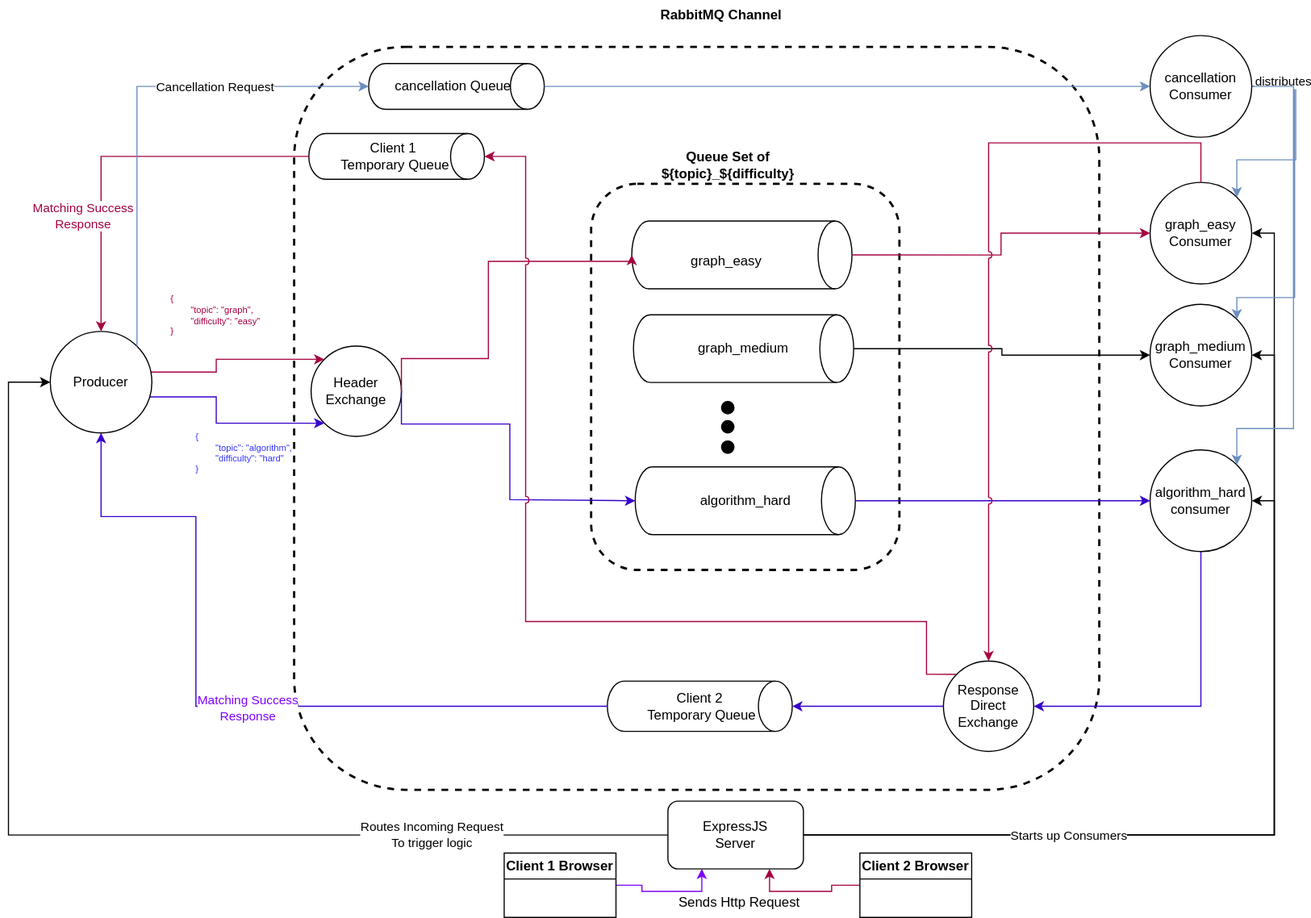
The draw.io diagram matchingService/assets/MatchingServiceFlow.drawio.svg in CS3219-AY2425S1/nus-cs3219-ay2425s1-cs3219-ay2425s1-project-project-template, before a commit. Source tidied: cells renumbered, new cells last; positions are measured from the earlier drawing's top-left corner, leaving out a move shared by most shapes.
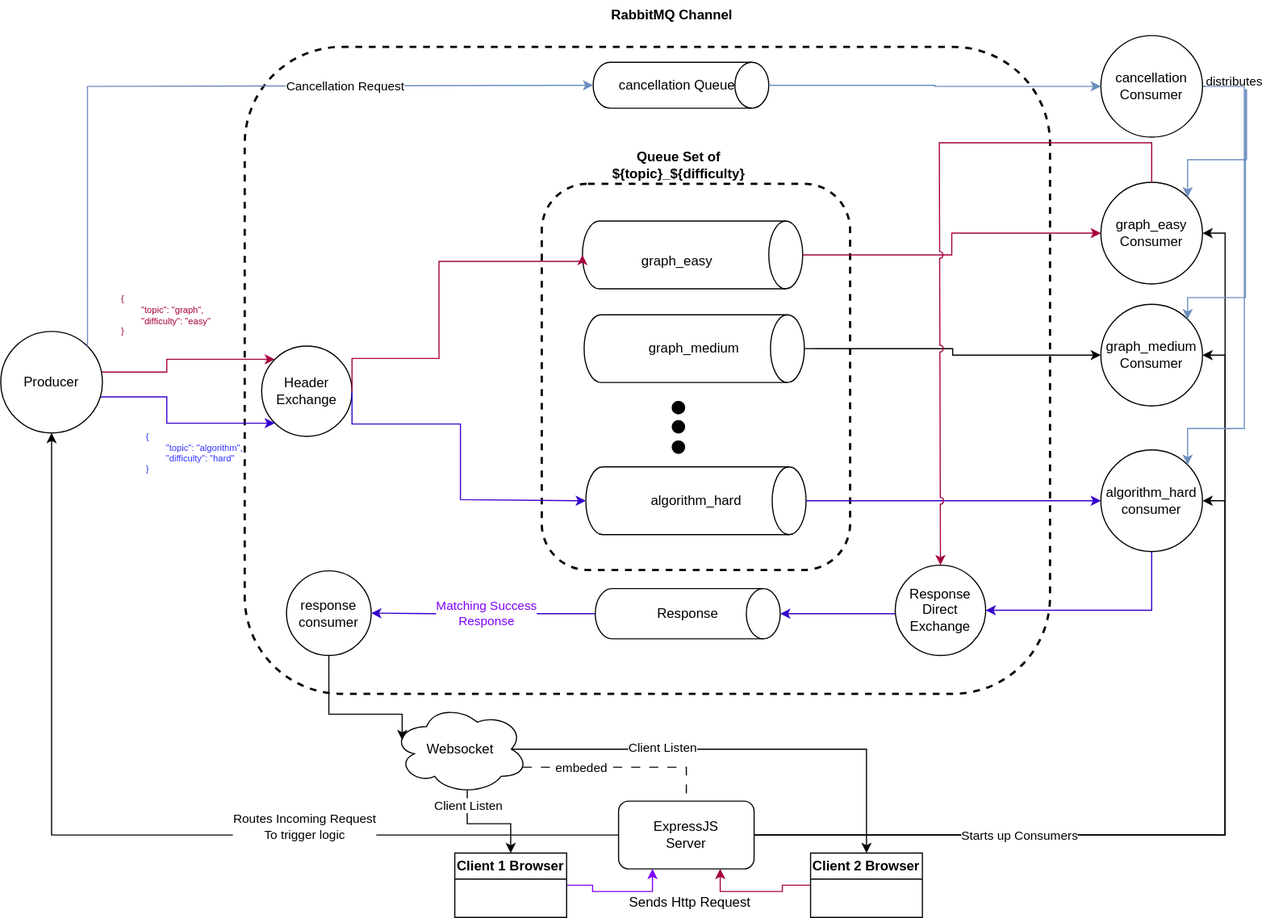
The same file after the commit.

Commit message:
updated high level implememtation diagram

What changed in the source:
```diff
@@ -3,7 +3,7 @@
     <mxCell id="0" />
     <mxCell id="1" parent="0" />
     <mxCell id="2" style="rounded=1;whiteSpace=wrap;html=1;dashed=1;strokeWidth=2;fillColor=none;" parent="1" vertex="1">
-      <mxGeometry x="253" y="43" width="713" height="658" as="geometry" />
+      <mxGeometry x="253" y="43" width="713" height="573" as="geometry" />
     </mxCell>
     <mxCell id="3" style="rounded=1;whiteSpace=wrap;html=1;dashed=1;strokeWidth=2;fillColor=none;" parent="1" vertex="1">
       <mxGeometry x="516" y="164.2" width="273" height="342" as="geometry" />
@@ -50,22 +50,13 @@
     <mxCell id="17" value="Queue Set of ${topic}_${difficulty}" style="text;html=1;align=center;verticalAlign=middle;whiteSpace=wrap;rounded=0;fontStyle=1;" parent="1" vertex="1">
       <mxGeometry x="563.5" y="133" width="147" height="30" as="geometry" />
     </mxCell>
-    <mxCell id="18" style="group;dashed=1;" parent="1" vertex="1">
-      <mxGeometry x="258" y="110" width="137" height="107.8" as="geometry" />
-    </mxCell>
-    <mxCell id="19" style="shape=cylinder3;whiteSpace=wrap;html=1;boundedLbl=1;backgroundOutline=1;size=15;rotation=90;fixDash=1;" parent="18" vertex="1">
-      <mxGeometry x="65.4" y="-47.8" width="40.6" height="155.5" as="geometry" />
-    </mxCell>
-    <mxCell id="20" value="Client 1&lt;div&gt;&amp;nbsp;Temporary Queue&lt;/div&gt;" style="text;html=1;align=center;verticalAlign=middle;whiteSpace=wrap;rounded=0;" parent="18" vertex="1">
-      <mxGeometry x="28.6" y="9.5" width="108.4" height="41" as="geometry" />
-    </mxCell>
     <mxCell id="21" style="group;" parent="1" vertex="1">
-      <mxGeometry x="505" y="597" width="195" height="135.2" as="geometry" />
+      <mxGeometry x="538" y="515" width="195" height="135.2" as="geometry" />
     </mxCell>
     <mxCell id="22" style="shape=cylinder3;whiteSpace=wrap;html=1;boundedLbl=1;backgroundOutline=1;size=15;rotation=90;" parent="21" vertex="1">
       <mxGeometry x="85" y="-51.9" width="44.5" height="163.8" as="geometry" />
     </mxCell>
-    <mxCell id="23" value="Client 2&lt;div&gt;&amp;nbsp;Temporary Queue&lt;/div&gt;" style="text;html=1;align=center;verticalAlign=middle;whiteSpace=wrap;rounded=0;" parent="21" vertex="1">
+    <mxCell id="23" value="Response" style="text;html=1;align=center;verticalAlign=middle;whiteSpace=wrap;rounded=0;" parent="21" vertex="1">
       <mxGeometry x="52" y="9.5" width="110.5" height="41" as="geometry" />
     </mxCell>
     <mxCell id="24" style="edgeStyle=orthogonalEdgeStyle;rounded=0;jettySize=auto;html=1;exitX=1;exitY=0.5;exitDx=0;exitDy=0;entryX=0;entryY=0;entryDx=0;entryDy=0;fillColor=#d80073;strokeColor=#A50040;" parent="1" edge="1" source="48" target="4">
@@ -109,7 +100,7 @@
     <mxCell id="30" style="edgeStyle=orthogonalEdgeStyle;rounded=0;jettySize=auto;html=1;exitX=0.5;exitY=1;exitDx=0;exitDy=0;entryX=1;entryY=0.5;entryDx=0;entryDy=0;fillColor=#6a00ff;strokeColor=#3700CC;" parent="1" edge="1" source="31" target="44">
       <mxGeometry relative="1" as="geometry">
         <Array as="points">
-          <mxPoint x="1056" y="627" />
+          <mxPoint x="1056" y="542" />
         </Array>
       </mxGeometry>
     </mxCell>
@@ -145,45 +136,28 @@
         </Array>
       </mxGeometry>
     </mxCell>
-    <mxCell id="38" style="edgeStyle=orthogonalEdgeStyle;rounded=0;jettySize=auto;html=1;fillColor=#d80073;strokeColor=#A50040;exitX=0;exitY=0;exitDx=0;exitDy=0;entryX=0.5;entryY=0;entryDx=0;entryDy=0;entryPerimeter=0;jumpStyle=arc;" parent="1" edge="1" source="44" target="19">
-      <mxGeometry relative="1" as="geometry">
-        <Array as="points">
-          <mxPoint x="813" y="599" />
-          <mxPoint x="813" y="552" />
-          <mxPoint x="458" y="552" />
-          <mxPoint x="458" y="140" />
-        </Array>
-      </mxGeometry>
-    </mxCell>
-    <mxCell id="39" style="edgeStyle=orthogonalEdgeStyle;rounded=0;jettySize=auto;html=1;exitX=0.5;exitY=1;exitDx=0;exitDy=0;exitPerimeter=0;entryX=0.5;entryY=0;entryDx=0;entryDy=0;fillColor=#d80073;strokeColor=#A50040;" parent="1" edge="1" source="19" target="48">
-      <mxGeometry relative="1" as="geometry" />
-    </mxCell>
-    <mxCell id="40" value="Matching Success&lt;div&gt;Response&lt;/div&gt;" style="edgeLabel;html=1;align=center;verticalAlign=middle;fontColor=#A50040;" parent="39" vertex="1">
-      <mxGeometry x="0.06" y="-2" relative="1" as="geometry">
-        <mxPoint x="-21" y="54" as="offset" />
-      </mxGeometry>
-    </mxCell>
     <mxCell id="41" style="edgeStyle=orthogonalEdgeStyle;rounded=0;jettySize=auto;html=1;entryX=0.5;entryY=0;entryDx=0;entryDy=0;entryPerimeter=0;fillColor=#6a00ff;strokeColor=#3700CC;exitX=0;exitY=0.5;exitDx=0;exitDy=0;" parent="1" edge="1" source="44" target="22">
       <mxGeometry relative="1" as="geometry">
         <Array as="points">
-          <mxPoint x="700" y="627" />
+          <mxPoint x="829" y="545" />
         </Array>
       </mxGeometry>
     </mxCell>
-    <mxCell id="42" style="edgeStyle=orthogonalEdgeStyle;rounded=0;jettySize=auto;html=1;exitX=0.5;exitY=1;exitDx=0;exitDy=0;exitPerimeter=0;entryX=0.5;entryY=1;entryDx=0;entryDy=0;fillColor=#6a00ff;strokeColor=#3700CC;" parent="1" edge="1" source="22" target="48">
+    <mxCell id="42" style="edgeStyle=orthogonalEdgeStyle;rounded=0;jettySize=auto;html=1;exitX=0.5;exitY=1;exitDx=0;exitDy=0;exitPerimeter=0;entryX=1;entryY=0.5;entryDx=0;entryDy=0;fillColor=#6a00ff;strokeColor=#3700CC;" parent="1" edge="1" source="22" target="70">
       <mxGeometry relative="1" as="geometry">
         <Array as="points">
-          <mxPoint x="166" y="627" />
-          <mxPoint x="166" y="459" />
-          <mxPoint x="82" y="459" />
+          <mxPoint x="421" y="545" />
+          <mxPoint x="421" y="545" />
         </Array>
       </mxGeometry>
     </mxCell>
     <mxCell id="43" value="Matching Success&lt;div&gt;Response&lt;/div&gt;" style="edgeLabel;html=1;align=center;verticalAlign=middle;fontColor=#7F00FF;" parent="42" vertex="1">
-      <mxGeometry x="-0.07" y="2" relative="1" as="geometry" />
+      <mxGeometry x="-0.07" y="2" relative="1" as="geometry">
+        <mxPoint x="-5" y="-2" as="offset" />
+      </mxGeometry>
     </mxCell>
     <mxCell id="44" value="Response Direct&lt;div&gt;Exchange&lt;/div&gt;" style="ellipse;whiteSpace=wrap;html=1;" parent="1" vertex="1">
-      <mxGeometry x="828" y="587" width="80" height="80" as="geometry" />
+      <mxGeometry x="829" y="502" width="80" height="80" as="geometry" />
     </mxCell>
     <mxCell id="45" value="RabbitMQ Channel" style="text;html=1;align=center;verticalAlign=middle;strokeColor=none;fillColor=none;fontStyle=1;" parent="1" vertex="1">
       <mxGeometry x="571" y="2" width="120" height="26" as="geometry" />
@@ -197,16 +171,17 @@
     <mxCell id="48" value="&lt;div&gt;Producer&lt;/div&gt;" style="ellipse;whiteSpace=wrap;html=1;" parent="1" vertex="1">
       <mxGeometry x="37" y="295" width="90" height="90" as="geometry" />
     </mxCell>
-    <mxCell id="49" style="edgeStyle=orthogonalEdgeStyle;rounded=0;jettySize=auto;html=1;exitX=0;exitY=0.5;exitDx=0;exitDy=0;entryX=0;entryY=0.5;entryDx=0;entryDy=0;" parent="1" edge="1" source="55" target="48">
+    <mxCell id="49" style="edgeStyle=orthogonalEdgeStyle;rounded=0;jettySize=auto;html=1;exitX=0;exitY=0.5;exitDx=0;exitDy=0;entryX=0.5;entryY=1;entryDx=0;entryDy=0;" parent="1" edge="1" source="55" target="48">
       <mxGeometry relative="1" as="geometry">
         <Array as="points">
-          <mxPoint y="741" />
-          <mxPoint y="340" />
+          <mxPoint x="82" y="741" />
         </Array>
       </mxGeometry>
     </mxCell>
     <mxCell id="50" value="Routes Incoming Request&lt;div&gt;To trigger logic&lt;/div&gt;" style="edgeLabel;html=1;align=center;verticalAlign=middle;" parent="49" vertex="1">
-      <mxGeometry x="-0.59" y="-1" relative="1" as="geometry" />
+      <mxGeometry x="-0.59" y="-1" relative="1" as="geometry">
+        <mxPoint x="-103" y="-7" as="offset" />
+      </mxGeometry>
     </mxCell>
     <mxCell id="51" style="edgeStyle=orthogonalEdgeStyle;rounded=0;jettySize=auto;html=1;exitX=1;exitY=0.5;exitDx=0;exitDy=0;entryX=1;entryY=0.5;entryDx=0;entryDy=0;" parent="1" edge="1" source="55" target="31">
       <mxGeometry relative="1" as="geometry" />
@@ -235,7 +210,7 @@
       <mxGeometry x="584" y="788" width="126" height="26" as="geometry" />
     </mxCell>
     <mxCell id="59" style="group;dashed=1;" parent="1" vertex="1">
-      <mxGeometry x="311" y="48" width="137" height="107.8" as="geometry" />
+      <mxGeometry x="553.5" y="47" width="137" height="107.8" as="geometry" />
     </mxCell>
     <mxCell id="60" style="shape=cylinder3;whiteSpace=wrap;html=1;boundedLbl=1;backgroundOutline=1;size=15;rotation=90;fixDash=1;" parent="59" vertex="1">
       <mxGeometry x="65.4" y="-47.8" width="40.6" height="155.5" as="geometry" />
@@ -293,5 +268,37 @@
     <mxCell id="69" style="edgeStyle=orthogonalEdgeStyle;rounded=0;jettySize=auto;html=1;exitX=0.5;exitY=0;exitDx=0;exitDy=0;exitPerimeter=0;entryX=0;entryY=0.5;entryDx=0;entryDy=0;fillColor=#dae8fc;strokeColor=#6c8ebf;" parent="1" edge="1" source="60" target="68">
       <mxGeometry relative="1" as="geometry" />
     </mxCell>
+    <mxCell id="70" value="response&lt;div&gt;consumer&lt;/div&gt;" style="ellipse;whiteSpace=wrap;html=1;" parent="1" vertex="1">
+      <mxGeometry x="290" y="507" width="75" height="75" as="geometry" />
+    </mxCell>
+    <mxCell id="71" style="edgeStyle=orthogonalEdgeStyle;rounded=0;jettySize=auto;html=1;exitX=0.55;exitY=0.95;exitDx=0;exitDy=0;exitPerimeter=0;entryX=0.5;entryY=0;entryDx=0;entryDy=0;" parent="1" edge="1" source="77" target="57">
+      <mxGeometry relative="1" as="geometry" />
+    </mxCell>
+    <mxCell id="72" value="Client Listen" style="edgeLabel;html=1;align=center;verticalAlign=middle;" parent="71" vertex="1">
+      <mxGeometry x="-0.72" relative="1" as="geometry" />
+    </mxCell>
+    <mxCell id="73" style="edgeStyle=orthogonalEdgeStyle;rounded=0;jettySize=auto;html=1;exitX=0.875;exitY=0.5;exitDx=0;exitDy=0;exitPerimeter=0;entryX=0.5;entryY=0;entryDx=0;entryDy=0;" parent="1" edge="1" source="77" target="47">
+      <mxGeometry relative="1" as="geometry" />
+    </mxCell>
+    <mxCell id="74" value="Client Listen" style="edgeLabel;html=1;align=center;verticalAlign=middle;" parent="73" vertex="1">
+      <mxGeometry x="-0.35" y="2" relative="1" as="geometry" />
+    </mxCell>
+    <mxCell id="75" style="edgeStyle=orthogonalEdgeStyle;rounded=0;jettySize=auto;html=1;exitX=0.96;exitY=0.7;exitDx=0;exitDy=0;exitPerimeter=0;entryX=0.5;entryY=0;entryDx=0;entryDy=0;strokeColor=default;endArrow=none;endFill=0;dashed=1;dashPattern=8 8;" parent="1" edge="1" source="77" target="55">
+      <mxGeometry relative="1" as="geometry" />
+    </mxCell>
+    <mxCell id="76" value="embeded" style="edgeLabel;html=1;align=center;verticalAlign=middle;" parent="75" vertex="1">
+      <mxGeometry x="-0.42" relative="1" as="geometry" />
+    </mxCell>
+    <mxCell id="77" value="Websocket" style="ellipse;shape=cloud;whiteSpace=wrap;html=1;" parent="1" vertex="1">
+      <mxGeometry x="384" y="625" width="120" height="80" as="geometry" />
+    </mxCell>
+    <mxCell id="78" style="edgeStyle=orthogonalEdgeStyle;rounded=0;jettySize=auto;html=1;exitX=0.5;exitY=1;exitDx=0;exitDy=0;entryX=0.07;entryY=0.4;entryDx=0;entryDy=0;entryPerimeter=0;" parent="1" edge="1" source="70" target="77">
+      <mxGeometry relative="1" as="geometry">
+        <Array as="points">
+          <mxPoint x="328" y="634" />
+          <mxPoint x="392" y="634" />
+        </Array>
+      </mxGeometry>
+    </mxCell>
   </root>
 </mxGraphModel>
```
